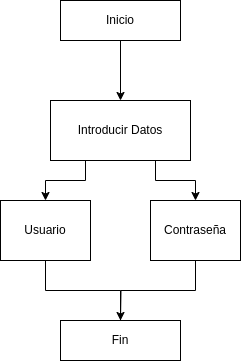
This is ExamenDiagramaActividades.png from PeterMartEsc/ETS, a draw.io export, as it was before one commit. Source tidied: cells renumbered, new cells last; positions are measured from the earlier drawing's top-left corner, leaving out a move shared by most shapes. Source of this version:
```xml
<mxGraphModel>
  <root>
    <mxCell id="0" />
    <mxCell id="1" parent="0" />
    <mxCell id="2" style="edgeStyle=orthogonalEdgeStyle;rounded=0;jettySize=auto;html=1;exitX=0.5;exitY=1;exitDx=0;exitDy=0;entryX=0.5;entryY=0;entryDx=0;entryDy=0;" parent="1" edge="1" source="3" target="7">
      <mxGeometry relative="1" as="geometry" />
    </mxCell>
    <mxCell id="3" value="Inicio" style="rounded=0;whiteSpace=wrap;html=1;" parent="1" vertex="1">
      <mxGeometry x="60" width="120" height="40" as="geometry" />
    </mxCell>
    <mxCell id="4" value="Fin" style="rounded=0;whiteSpace=wrap;html=1;" parent="1" vertex="1">
      <mxGeometry x="60" y="320" width="120" height="40" as="geometry" />
    </mxCell>
    <mxCell id="5" style="edgeStyle=orthogonalEdgeStyle;rounded=0;jettySize=auto;html=1;exitX=0.25;exitY=1;exitDx=0;exitDy=0;entryX=0.5;entryY=0;entryDx=0;entryDy=0;" parent="1" edge="1" source="7" target="9">
      <mxGeometry relative="1" as="geometry" />
    </mxCell>
    <mxCell id="6" style="edgeStyle=orthogonalEdgeStyle;rounded=0;jettySize=auto;html=1;exitX=0.75;exitY=1;exitDx=0;exitDy=0;entryX=0.5;entryY=0;entryDx=0;entryDy=0;" parent="1" edge="1" source="7" target="11">
      <mxGeometry relative="1" as="geometry" />
    </mxCell>
    <mxCell id="7" value="Introducir Datos" style="rounded=0;whiteSpace=wrap;html=1;" parent="1" vertex="1">
      <mxGeometry x="50" y="100" width="140" height="60" as="geometry" />
    </mxCell>
    <mxCell id="8" style="edgeStyle=orthogonalEdgeStyle;rounded=0;jettySize=auto;html=1;exitX=0.5;exitY=1;exitDx=0;exitDy=0;entryX=0.5;entryY=0;entryDx=0;entryDy=0;" parent="1" edge="1" source="9" target="4">
      <mxGeometry relative="1" as="geometry" />
    </mxCell>
    <mxCell id="9" value="Usuario" style="rounded=0;whiteSpace=wrap;html=1;" parent="1" vertex="1">
      <mxGeometry y="200" width="90" height="60" as="geometry" />
    </mxCell>
    <mxCell id="10" style="edgeStyle=orthogonalEdgeStyle;rounded=0;jettySize=auto;html=1;exitX=0.5;exitY=1;exitDx=0;exitDy=0;endArrow=none;endFill=0;" parent="1" edge="1" source="11">
      <mxGeometry relative="1" as="geometry">
        <mxPoint x="120" y="320" as="targetPoint" />
      </mxGeometry>
    </mxCell>
    <mxCell id="11" value="Contraseña" style="rounded=0;whiteSpace=wrap;html=1;" parent="1" vertex="1">
      <mxGeometry x="150" y="200" width="90" height="60" as="geometry" />
    </mxCell>
  </root>
</mxGraphModel>
```
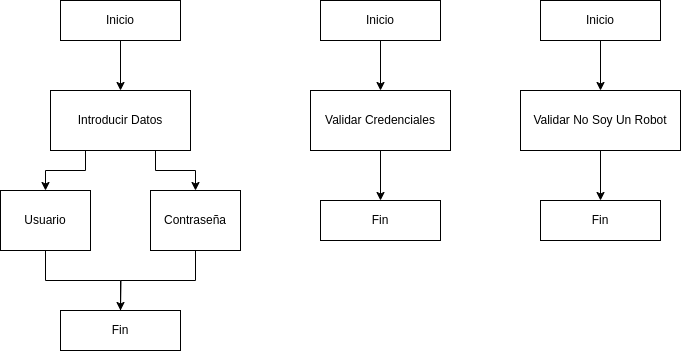
After the change.

What changed in the source:
```diff
@@ -6,7 +6,7 @@
       <mxGeometry relative="1" as="geometry" />
     </mxCell>
     <mxCell id="3" value="Inicio" style="rounded=0;whiteSpace=wrap;html=1;" parent="1" vertex="1">
-      <mxGeometry x="60" width="120" height="40" as="geometry" />
+      <mxGeometry x="60" y="10" width="120" height="40" as="geometry" />
     </mxCell>
     <mxCell id="4" value="Fin" style="rounded=0;whiteSpace=wrap;html=1;" parent="1" vertex="1">
       <mxGeometry x="60" y="320" width="120" height="40" as="geometry" />
@@ -34,5 +34,35 @@
     <mxCell id="11" value="Contraseña" style="rounded=0;whiteSpace=wrap;html=1;" parent="1" vertex="1">
       <mxGeometry x="150" y="200" width="90" height="60" as="geometry" />
     </mxCell>
+    <mxCell id="12" style="edgeStyle=orthogonalEdgeStyle;rounded=0;jettySize=auto;html=1;exitX=0.5;exitY=1;exitDx=0;exitDy=0;entryX=0.5;entryY=0;entryDx=0;entryDy=0;" parent="1" edge="1" source="13" target="16">
+      <mxGeometry relative="1" as="geometry" />
+    </mxCell>
+    <mxCell id="13" value="Inicio" style="rounded=0;whiteSpace=wrap;html=1;" parent="1" vertex="1">
+      <mxGeometry x="320" y="10" width="120" height="40" as="geometry" />
+    </mxCell>
+    <mxCell id="14" value="Fin" style="rounded=0;whiteSpace=wrap;html=1;" parent="1" vertex="1">
+      <mxGeometry x="320" y="210" width="120" height="40" as="geometry" />
+    </mxCell>
+    <mxCell id="15" style="edgeStyle=orthogonalEdgeStyle;rounded=0;jettySize=auto;html=1;exitX=0.5;exitY=1;exitDx=0;exitDy=0;entryX=0.5;entryY=0;entryDx=0;entryDy=0;" parent="1" edge="1" source="16" target="14">
+      <mxGeometry relative="1" as="geometry" />
+    </mxCell>
+    <mxCell id="16" value="Validar Credenciales" style="rounded=0;whiteSpace=wrap;html=1;" parent="1" vertex="1">
+      <mxGeometry x="310" y="100" width="140" height="60" as="geometry" />
+    </mxCell>
+    <mxCell id="17" style="edgeStyle=orthogonalEdgeStyle;rounded=0;jettySize=auto;html=1;exitX=0.5;exitY=1;exitDx=0;exitDy=0;entryX=0.5;entryY=0;entryDx=0;entryDy=0;" parent="1" edge="1" source="18" target="21">
+      <mxGeometry relative="1" as="geometry" />
+    </mxCell>
+    <mxCell id="18" value="Inicio" style="rounded=0;whiteSpace=wrap;html=1;" parent="1" vertex="1">
+      <mxGeometry x="540" y="10" width="120" height="40" as="geometry" />
+    </mxCell>
+    <mxCell id="19" value="Fin" style="rounded=0;whiteSpace=wrap;html=1;" parent="1" vertex="1">
+      <mxGeometry x="540" y="210" width="120" height="40" as="geometry" />
+    </mxCell>
+    <mxCell id="20" style="edgeStyle=orthogonalEdgeStyle;rounded=0;jettySize=auto;html=1;exitX=0.5;exitY=1;exitDx=0;exitDy=0;entryX=0.5;entryY=0;entryDx=0;entryDy=0;" parent="1" edge="1" source="21" target="19">
+      <mxGeometry relative="1" as="geometry" />
+    </mxCell>
+    <mxCell id="21" value="Validar No Soy Un Robot" style="rounded=0;whiteSpace=wrap;html=1;" parent="1" vertex="1">
+      <mxGeometry x="520" y="100" width="160" height="60" as="geometry" />
+    </mxCell>
   </root>
 </mxGraphModel>
```
